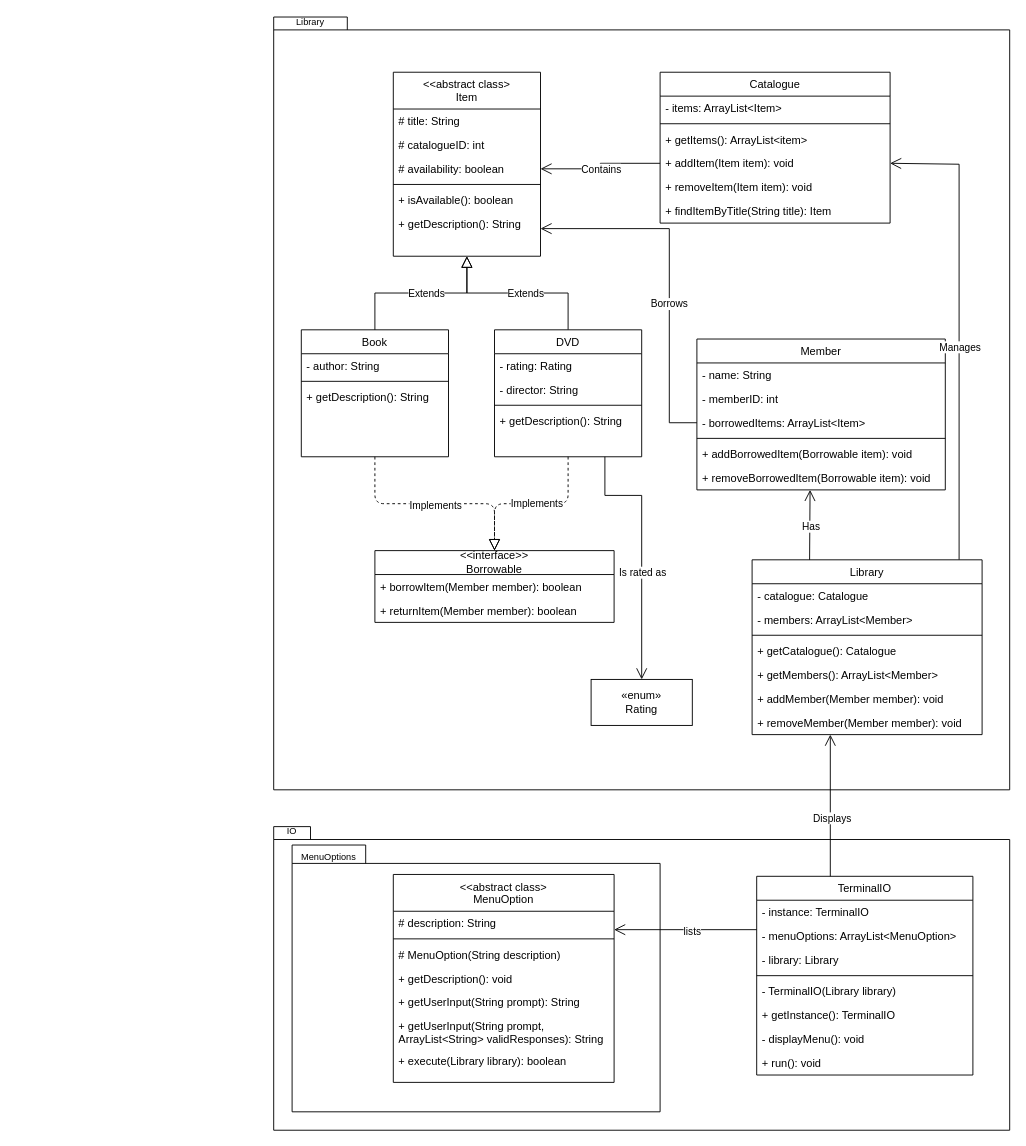
Before: Documentation/class_diagram.drawio in josiahschuller/integradev-task, a draw.io diagram. Source tidied: cells renumbered, new cells numbered last; positions are measured from the earlier drawing's top-left corner, leaving out a move shared by most shapes. Both pictures are drawn from the tidied source at 92%, with x=0, y=0 at pixel (273, 17).
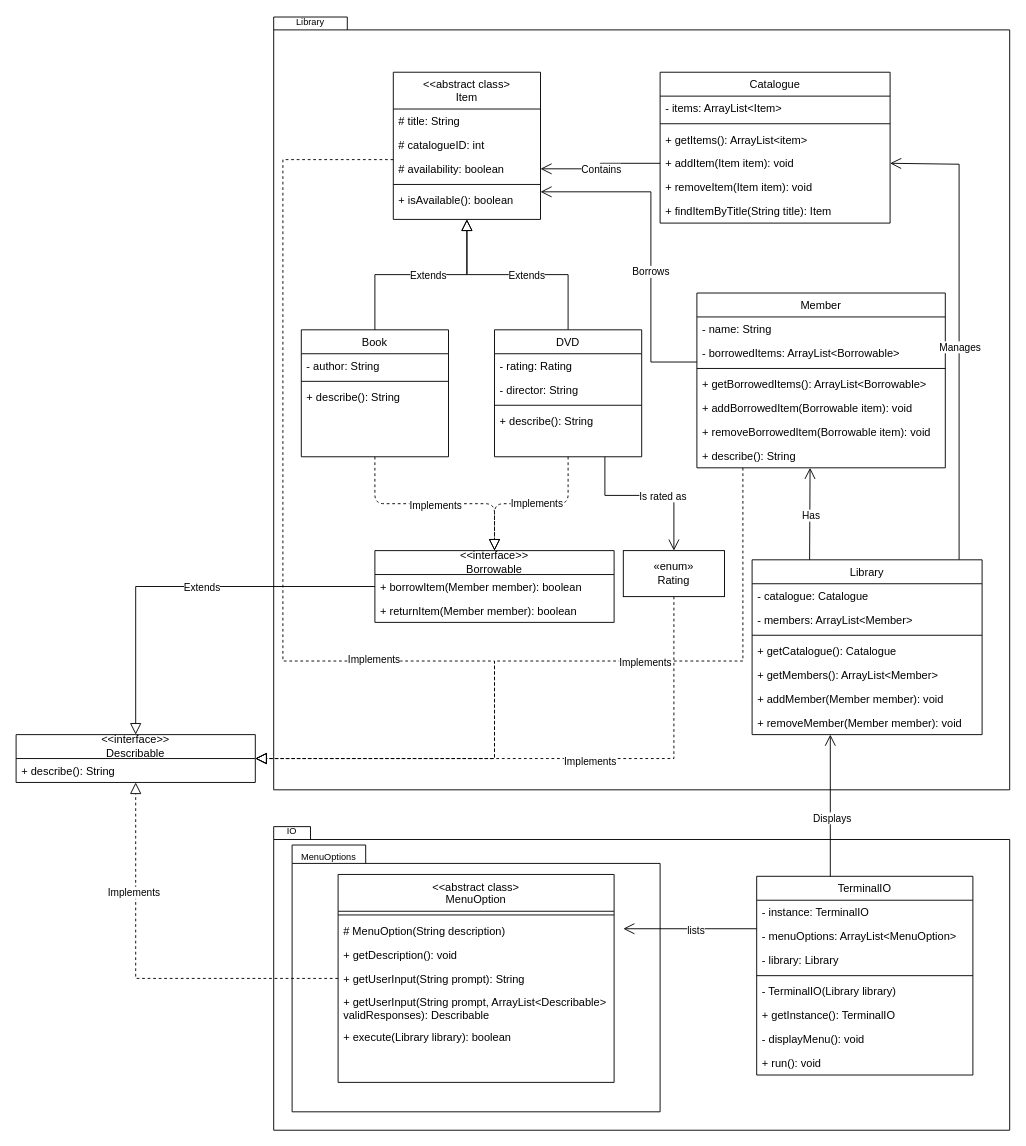
The same page after the edit.

The change refers to these unchanged cells:
```xml
<mxCell id="14" value="Book" style="swimlane;fontStyle=0;align=center;verticalAlign=top;horizontal=1;startSize=26;rounded=0;shadow=0;strokeWidth=1;" parent="1" vertex="1">
  <mxGeometry x="30" y="340" width="160" height="138" as="geometry" />
</mxCell>
<mxCell id="24" value="DVD" style="swimlane;fontStyle=0;align=center;verticalAlign=top;horizontal=1;startSize=26;rounded=0;shadow=0;strokeWidth=1;" parent="1" vertex="1">
  <mxGeometry x="240" y="340" width="160" height="138" as="geometry" />
</mxCell>
<mxCell id="29" value="&amp;lt;&amp;lt;interface&amp;gt;&amp;gt;&lt;div&gt;Borrowable&lt;/div&gt;" style="swimlane;fontStyle=0;horizontal=1;startSize=26;fillColor=none;whiteSpace=wrap;html=1;" parent="1" vertex="1">
  <mxGeometry x="110" y="580" width="260" height="78" as="geometry" />
</mxCell>
<mxCell id="49" value="+ removeBorrowedItem(Borrowable item): void" style="text;align=left;verticalAlign=top;spacingLeft=4;spacingRight=4;overflow=hidden;points=[[0,0.5],[1,0.5]];portConstraint=eastwest;fontStyle=0;" parent="43" vertex="1">
  <mxGeometry y="138" width="270" height="26" as="geometry" />
</mxCell>
<mxCell id="54" value="Library" style="swimlane;fontStyle=0;align=center;verticalAlign=top;horizontal=1;startSize=26;rounded=0;shadow=0;strokeWidth=1;" parent="1" vertex="1">
  <mxGeometry x="520" y="590" width="250" height="190" as="geometry" />
</mxCell>
<mxCell id="67" value="- menuOptions: ArrayList&lt;MenuOption&gt;" style="text;align=left;verticalAlign=top;spacingLeft=4;spacingRight=4;overflow=hidden;points=[[0,0.5],[1,0.5]];portConstraint=eastwest;" parent="65" vertex="1">
  <mxGeometry y="52" width="235" height="26" as="geometry" />
</mxCell>
```

Diff of the diagram source:
```diff
@@
+    <mxCell id="89" style="edgeStyle=orthogonalEdgeStyle;rounded=0;jettySize=auto;html=1;endSize=10;endArrow=block;endFill=0;dashed=1;" parent="1" edge="1" source="5" target="101">
+      <mxGeometry relative="1" as="geometry">
+        <Array as="points">
+          <mxPoint x="10" y="155" />
+          <mxPoint x="10" y="700" />
+          <mxPoint x="240" y="700" />
+        </Array>
+      </mxGeometry>
+    </mxCell>
+    <mxCell id="90" value="Implements" style="edgeLabel;html=1;align=center;verticalAlign=middle;" parent="89" vertex="1">
+      <mxGeometry x="0.21" y="2" relative="1" as="geometry" />
+    </mxCell>
     <mxCell id="5" value="&lt;&lt;abstract class&gt;&#10;Item" style="swimlane;fontStyle=0;align=center;verticalAlign=top;horizontal=1;startSize=40;rounded=0;shadow=0;strokeWidth=1;" parent="1" vertex="1">
-      <mxGeometry x="130" y="60" width="160" height="200" as="geometry" />
+      <mxGeometry x="130" y="60" width="160" height="160" as="geometry" />
     </mxCell>
@@
-    <mxCell id="11" value="+ getDescription(): String" style="text;align=left;verticalAlign=top;spacingLeft=4;spacingRight=4;overflow=hidden;" parent="5" vertex="1">
-      <mxGeometry y="152" width="160" height="26" as="geometry" />
-    </mxCell>
@@
-    <mxCell id="17" value="+ getDescription(): String" style="text;align=left;verticalAlign=top;spacingLeft=4;spacingRight=4;overflow=hidden;fontStyle=0;" parent="14" vertex="1">
+    <mxCell id="17" value="+ describe(): String" style="text;align=left;verticalAlign=top;spacingLeft=4;spacingRight=4;overflow=hidden;fontStyle=0;" parent="14" vertex="1">
       <mxGeometry y="60" width="160" height="26" as="geometry" />
     </mxCell>
@@
     <mxCell id="22" style="edgeStyle=orthogonalEdgeStyle;rounded=0;jettySize=auto;html=1;exitX=0.75;exitY=1;exitDx=0;exitDy=0;entryX=0.5;entryY=0;entryDx=0;entryDy=0;endArrow=open;endFill=0;endSize=10;" parent="1" edge="1" source="24" target="76">
       <mxGeometry relative="1" as="geometry">
         <Array as="points">
           <mxPoint x="360" y="520" />
-          <mxPoint x="400" y="520" />
-          <mxPoint x="400" y="720" />
+          <mxPoint x="435" y="520" />
         </Array>
       </mxGeometry>
     </mxCell>
@@
-    <mxCell id="28" value="+ getDescription(): String" style="text;align=left;verticalAlign=top;spacingLeft=4;spacingRight=4;overflow=hidden;fontStyle=0;" parent="24" vertex="1">
+    <mxCell id="28" value="+ describe(): String" style="text;align=left;verticalAlign=top;spacingLeft=4;spacingRight=4;overflow=hidden;fontStyle=0;" parent="24" vertex="1">
       <mxGeometry y="86" width="160" height="26" as="geometry" />
     </mxCell>
+    <mxCell id="91" style="edgeStyle=orthogonalEdgeStyle;rounded=0;jettySize=auto;html=1;endSize=10;endArrow=block;endFill=0;" parent="1" edge="1" source="29" target="101">
+      <mxGeometry relative="1" as="geometry" />
+    </mxCell>
+    <mxCell id="92" value="Extends" style="edgeLabel;html=1;align=center;verticalAlign=middle;" parent="91" vertex="1">
+      <mxGeometry x="-0.1" relative="1" as="geometry" />
+    </mxCell>
@@
+    <mxCell id="93" style="edgeStyle=orthogonalEdgeStyle;rounded=0;jettySize=auto;html=1;endSize=10;endArrow=block;endFill=0;dashed=1;" parent="1" edge="1" source="43" target="101">
+      <mxGeometry relative="1" as="geometry">
+        <Array as="points">
+          <mxPoint x="510" y="700" />
+          <mxPoint x="240" y="700" />
+        </Array>
+      </mxGeometry>
+    </mxCell>
+    <mxCell id="94" value="Implements" style="edgeLabel;html=1;align=center;verticalAlign=middle;" parent="93" vertex="1">
+      <mxGeometry x="-0.25" y="1" relative="1" as="geometry" />
+    </mxCell>
     <mxCell id="43" value="Member" style="swimlane;fontStyle=0;align=center;verticalAlign=top;horizontal=1;startSize=26;rounded=0;shadow=0;strokeWidth=1;" parent="1" vertex="1">
-      <mxGeometry x="460" y="350" width="270" height="164" as="geometry" />
+      <mxGeometry x="460" y="300" width="270" height="190" as="geometry" />
     </mxCell>
@@
-    <mxCell id="45" value="- memberID: int" style="text;align=left;verticalAlign=top;spacingLeft=4;spacingRight=4;overflow=hidden;" parent="43" vertex="1">
-      <mxGeometry y="52" width="270" height="26" as="geometry" />
-    </mxCell>
-    <mxCell id="46" value="- borrowedItems: ArrayList&lt;Item&gt;" style="text;align=left;verticalAlign=top;spacingLeft=4;spacingRight=4;overflow=hidden;points=[[0,0.5],[1,0.5]];portConstraint=eastwest;" parent="43" vertex="1">
-      <mxGeometry y="78" width="270" height="26" as="geometry" />
+    <mxCell id="46" value="- borrowedItems: ArrayList&lt;Borrowable&gt;" style="text;align=left;verticalAlign=top;spacingLeft=4;spacingRight=4;overflow=hidden;points=[[0,0.5],[1,0.5]];portConstraint=eastwest;" parent="43" vertex="1">
+      <mxGeometry y="52" width="270" height="26" as="geometry" />
     </mxCell>
     <mxCell id="47" style="line;html=1;strokeWidth=1;align=left;verticalAlign=middle;spacingTop=-1;spacingLeft=3;spacingRight=3;labelPosition=right;" parent="43" vertex="1">
-      <mxGeometry y="104" width="270" height="8" as="geometry" />
+      <mxGeometry y="78" width="270" height="8" as="geometry" />
     </mxCell>
+    <mxCell id="95" value="+ getBorrowedItems(): ArrayList&lt;Borrowable&gt;" style="text;align=left;verticalAlign=top;spacingLeft=4;spacingRight=4;overflow=hidden;fontStyle=0;" parent="43" vertex="1">
+      <mxGeometry y="86" width="270" height="26" as="geometry" />
+    </mxCell>
@@
+    <mxCell id="96" value="+ describe(): String" style="text;align=left;verticalAlign=top;spacingLeft=4;spacingRight=4;overflow=hidden;points=[[0,0.5],[1,0.5]];portConstraint=eastwest;fontStyle=0;" parent="43" vertex="1">
+      <mxGeometry y="164" width="270" height="26" as="geometry" />
+    </mxCell>
-    <mxCell id="50" style="edgeStyle=orthogonalEdgeStyle;rounded=0;jettySize=auto;html=1;endArrow=open;endFill=0;endSize=10;" parent="1" edge="1" source="46">
+    <mxCell id="50" style="edgeStyle=orthogonalEdgeStyle;rounded=0;jettySize=auto;html=1;endArrow=open;endFill=0;endSize=10;" parent="1" edge="1" source="43">
       <mxGeometry relative="1" as="geometry">
-        <mxPoint x="290" y="230" as="targetPoint" />
+        <mxPoint x="290" y="190" as="targetPoint" />
         <Array as="points">
-          <mxPoint x="430" y="441" />
-          <mxPoint x="430" y="230" />
-          <mxPoint x="289" y="230" />
+          <mxPoint x="410" y="375" />
+          <mxPoint x="410" y="190" />
         </Array>
       </mxGeometry>
     </mxCell>
@@
-    <mxCell id="62" style="rounded=0;jettySize=auto;html=1;exitX=0.25;exitY=0;exitDx=0;exitDy=0;endArrow=open;endFill=0;endSize=10;edgeStyle=elbowEdgeStyle;" parent="1" edge="1" source="54" target="49">
+    <mxCell id="62" style="rounded=0;jettySize=auto;html=1;exitX=0.25;exitY=0;exitDx=0;exitDy=0;endArrow=open;endFill=0;endSize=10;edgeStyle=elbowEdgeStyle;" parent="1" edge="1" source="54" target="96">
       <mxGeometry relative="1" as="geometry" />
     </mxCell>
@@
+    <mxCell id="97" style="edgeStyle=orthogonalEdgeStyle;rounded=0;jettySize=auto;html=1;endArrow=block;endFill=0;endSize=10;dashed=1;" parent="1" edge="1" source="76" target="101">
+      <mxGeometry relative="1" as="geometry">
+        <Array as="points">
+          <mxPoint x="435" y="806" />
+        </Array>
+      </mxGeometry>
+    </mxCell>
+    <mxCell id="98" value="Implements" style="edgeLabel;html=1;align=center;verticalAlign=middle;" parent="97" vertex="1">
+      <mxGeometry x="-0.15" y="2" relative="1" as="geometry" />
+    </mxCell>
     <mxCell id="76" value="«enum»&lt;br&gt;Rating" style="html=1;whiteSpace=wrap;" parent="1" vertex="1">
-      <mxGeometry x="345" y="720" width="110" height="50" as="geometry" />
+      <mxGeometry x="380" y="580" width="110" height="50" as="geometry" />
     </mxCell>
+    <mxCell id="99" style="edgeStyle=orthogonalEdgeStyle;rounded=0;jettySize=auto;html=1;endArrow=block;endFill=0;endSize=10;dashed=1;" parent="1" edge="1" source="77" target="101">
+      <mxGeometry relative="1" as="geometry" />
+    </mxCell>
+    <mxCell id="100" value="Implements" style="edgeLabel;html=1;align=center;verticalAlign=middle;" parent="99" vertex="1">
+      <mxGeometry x="0.45" y="3" relative="1" as="geometry" />
+    </mxCell>
     <mxCell id="77" value="&lt;&lt;abstract class&gt;&#10;MenuOption" style="swimlane;fontStyle=0;align=center;verticalAlign=top;horizontal=1;startSize=40;rounded=0;shadow=0;strokeWidth=1;whiteSpace=wrap;" parent="1" vertex="1">
-      <mxGeometry x="130" y="932" width="240" height="226" as="geometry" />
+      <mxGeometry x="70" y="932" width="300" height="226" as="geometry" />
     </mxCell>
-    <mxCell id="78" value="# description: String" style="text;align=left;verticalAlign=top;spacingLeft=4;spacingRight=4;overflow=hidden;points=[[0,0.5],[1,0.5]];portConstraint=eastwest;rounded=0;shadow=0;html=0;" parent="77" vertex="1">
-      <mxGeometry y="40" width="240" height="26" as="geometry" />
-    </mxCell>
     <mxCell id="79" style="line;html=1;strokeWidth=1;align=left;verticalAlign=middle;spacingTop=-1;spacingLeft=3;spacingRight=3;labelPosition=right;" parent="77" vertex="1">
-      <mxGeometry y="66" width="240" height="8" as="geometry" />
+      <mxGeometry y="40" width="300" height="8" as="geometry" />
     </mxCell>
     <mxCell id="80" value="# MenuOption(String description)" style="text;align=left;verticalAlign=top;spacingLeft=4;spacingRight=4;overflow=hidden;" parent="77" vertex="1">
-      <mxGeometry y="74" width="240" height="26" as="geometry" />
+      <mxGeometry y="48" width="300" height="26" as="geometry" />
     </mxCell>
     <mxCell id="81" value="+ getDescription(): void" style="text;align=left;verticalAlign=top;spacingLeft=4;spacingRight=4;overflow=hidden;" parent="77" vertex="1">
-      <mxGeometry y="100" width="240" height="26" as="geometry" />
+      <mxGeometry y="74" width="300" height="26" as="geometry" />
     </mxCell>
     <mxCell id="82" value="+ getUserInput(String prompt): String" style="text;align=left;verticalAlign=top;spacingLeft=4;spacingRight=4;overflow=hidden;" parent="77" vertex="1">
-      <mxGeometry y="126" width="240" height="26" as="geometry" />
+      <mxGeometry y="100" width="300" height="26" as="geometry" />
     </mxCell>
-    <mxCell id="83" value="+ getUserInput(String prompt, ArrayList&lt;String&gt; validResponses): String" style="text;align=left;verticalAlign=top;spacingLeft=4;spacingRight=4;overflow=hidden;whiteSpace=wrap;" parent="77" vertex="1">
-      <mxGeometry y="152" width="240" height="38" as="geometry" />
+    <mxCell id="83" value="+ getUserInput(String prompt, ArrayList&lt;Describable&gt; validResponses): Describable" style="text;align=left;verticalAlign=top;spacingLeft=4;spacingRight=4;overflow=hidden;whiteSpace=wrap;" parent="77" vertex="1">
+      <mxGeometry y="126" width="300" height="38" as="geometry" />
     </mxCell>
     <mxCell id="84" value="+ execute(Library library): boolean" style="text;align=left;verticalAlign=top;spacingLeft=4;spacingRight=4;overflow=hidden;" parent="77" vertex="1">
-      <mxGeometry y="190" width="240" height="26" as="geometry" />
+      <mxGeometry y="164" width="300" height="26" as="geometry" />
     </mxCell>
-    <mxCell id="85" style="edgeStyle=elbowEdgeStyle;rounded=0;jettySize=auto;html=1;elbow=vertical;endArrow=open;endFill=0;endSize=10;" parent="1" edge="1" source="67" target="78">
-      <mxGeometry relative="1" as="geometry" />
+    <mxCell id="85" style="edgeStyle=elbowEdgeStyle;rounded=0;jettySize=auto;html=1;elbow=vertical;endArrow=open;endFill=0;endSize=10;" parent="1" edge="1" source="67">
+      <mxGeometry relative="1" as="geometry">
+        <mxPoint x="380" y="991" as="targetPoint" />
+      </mxGeometry>
     </mxCell>
@@
+    <mxCell id="101" value="&amp;lt;&amp;lt;interface&amp;gt;&amp;gt;&lt;div&gt;Describable&lt;/div&gt;" style="swimlane;fontStyle=0;horizontal=1;startSize=26;fillColor=none;whiteSpace=wrap;html=1;" parent="1" vertex="1">
+      <mxGeometry x="-280" y="780" width="260" height="52" as="geometry" />
+    </mxCell>
+    <mxCell id="102" value="+ describe(): String" style="text;strokeColor=none;fillColor=none;align=left;verticalAlign=top;spacingLeft=4;spacingRight=4;overflow=hidden;whiteSpace=wrap;html=1;" parent="101" vertex="1">
+      <mxGeometry y="26" width="260" height="26" as="geometry" />
+    </mxCell>
```
